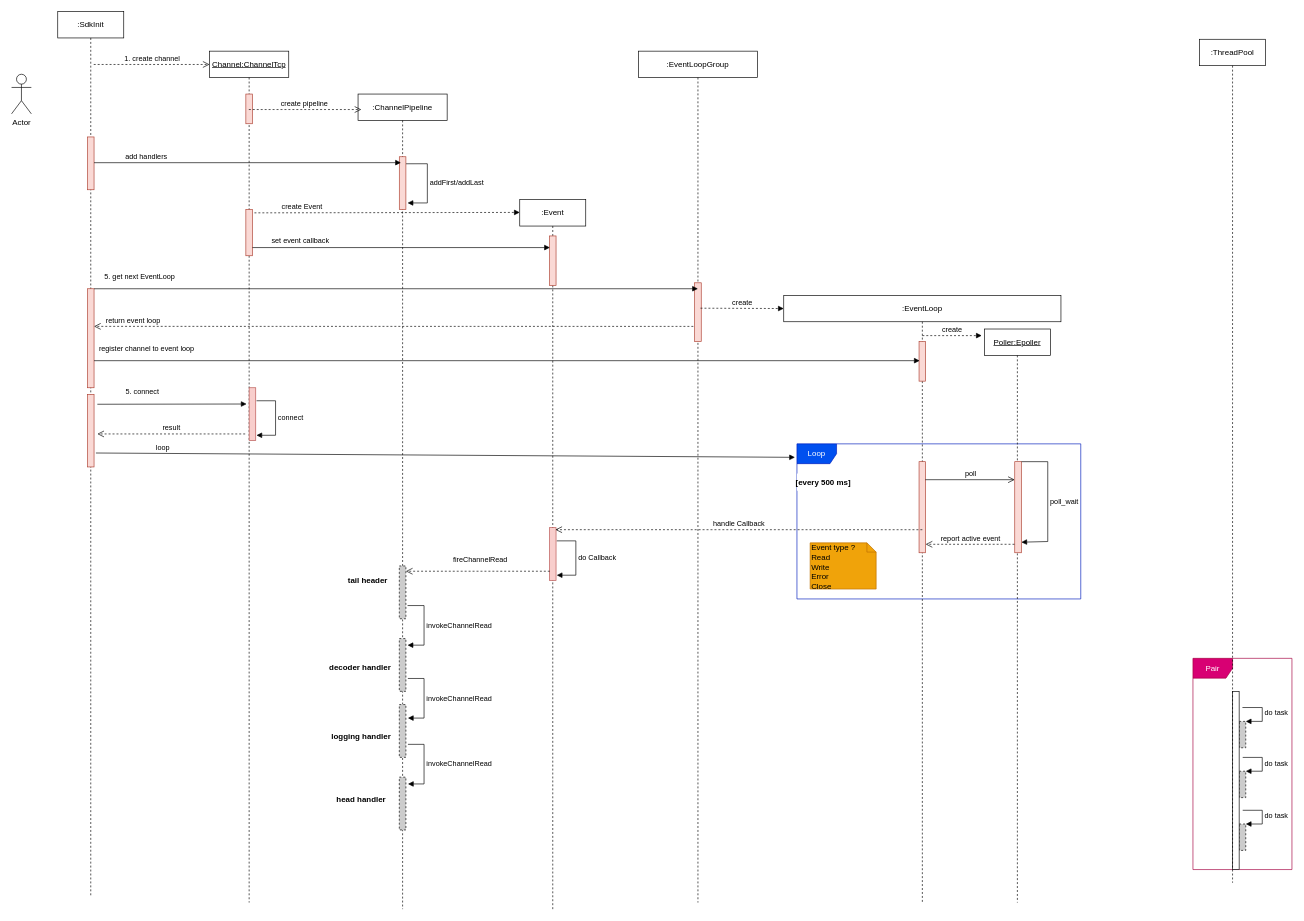
Before: page "UML序列图-Client端" (3 of 4) of transport.drawio in bingo787/draw, a draw.io diagram. Source tidied: cells renumbered, new cells numbered last; positions are measured from the earlier drawing's top-left corner, leaving out a move shared by most shapes. Both pictures are drawn from the tidied source at 66%, with x=0, y=0 at pixel (11, 11).
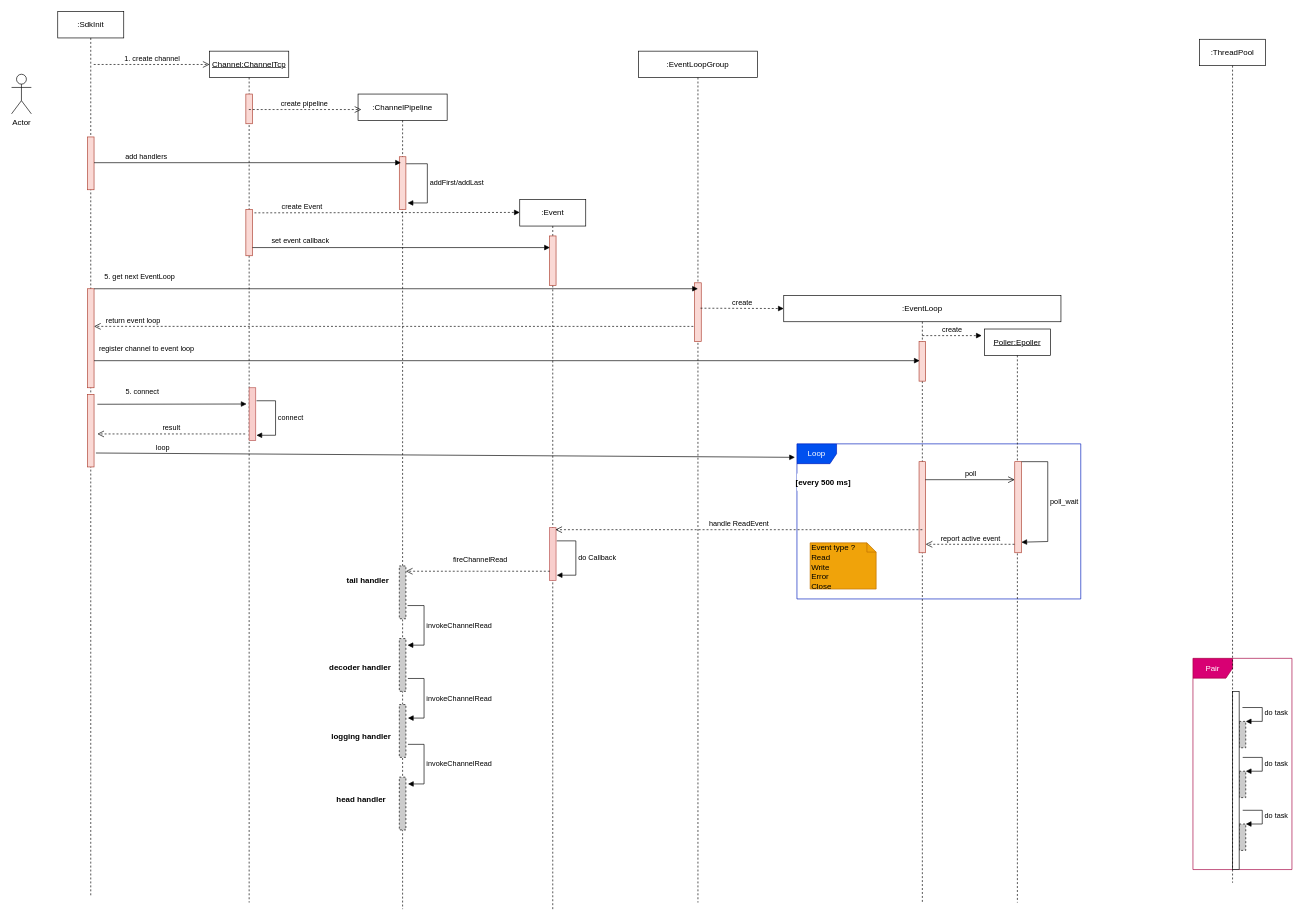
After the change.

Unchanged cells that the change refers to:
```xml
<mxCell id="27" style="html=1;points=[];perimeter=orthogonalPerimeter;fillColor=#f8cecc;strokeColor=#b85450;" parent="24" vertex="1">
  <mxGeometry x="45" y="497" width="10" height="80" as="geometry" />
</mxCell>
<mxCell id="54" style="html=1;points=[];perimeter=orthogonalPerimeter;strokeColor=#ae4132;fillColor=#fad9d5;" parent="1" vertex="1">
  <mxGeometry x="1375" y="682" width="10" height="138" as="geometry" />
</mxCell>
```

Change to the diagram source:
```diff
@@
-    <mxCell id="33" value="tail header" style="text;align=center;fontStyle=1;verticalAlign=middle;spacingLeft=3;spacingRight=3;strokeColor=none;fillColor=#FFFFFF;fontColor=#000000;" parent="1" vertex="1">
+    <mxCell id="33" value="tail handler" style="text;align=center;fontStyle=1;verticalAlign=middle;spacingLeft=3;spacingRight=3;strokeColor=none;fillColor=#FFFFFF;fontColor=#000000;" parent="1" vertex="1">
       <mxGeometry x="500" y="849" width="80" height="26" as="geometry" />
     </mxCell>
@@
-    <mxCell id="57" value="handle Callback" style="html=1;verticalAlign=bottom;endArrow=open;dashed=1;endSize=8;strokeColor=#000000;fontColor=#000000;exitX=0.5;exitY=0.747;exitDx=0;exitDy=0;exitPerimeter=0;entryX=0.9;entryY=0.038;entryDx=0;entryDy=0;entryPerimeter=0;" parent="1" edge="1" source="54" target="27">
+    <mxCell id="57" value="handle ReadEvent" style="html=1;verticalAlign=bottom;endArrow=open;dashed=1;endSize=8;strokeColor=#000000;fontColor=#000000;exitX=0.5;exitY=0.747;exitDx=0;exitDy=0;exitPerimeter=0;entryX=0.9;entryY=0.038;entryDx=0;entryDy=0;entryPerimeter=0;" parent="1" edge="1" source="54" target="27">
       <mxGeometry relative="1" as="geometry" />
     </mxCell>
```
